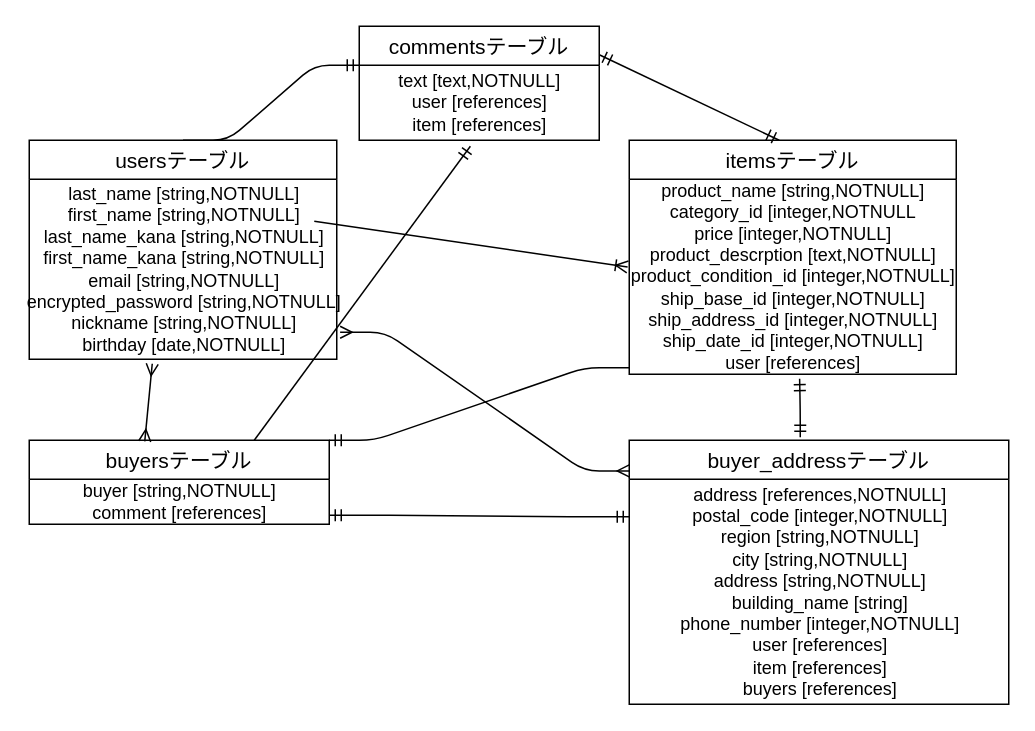
AtsuyaMoritani/furima-35562 keeps this draw.io diagram as config/furima.dio. Above is the earlier version. Source tidied: cells renumbered, new cells numbered last; positions are measured from the earlier drawing's top-left corner, leaving out a move shared by most shapes. Both pictures are drawn from the tidied source at 150%, with x=0, y=0 at pixel (28, 26).
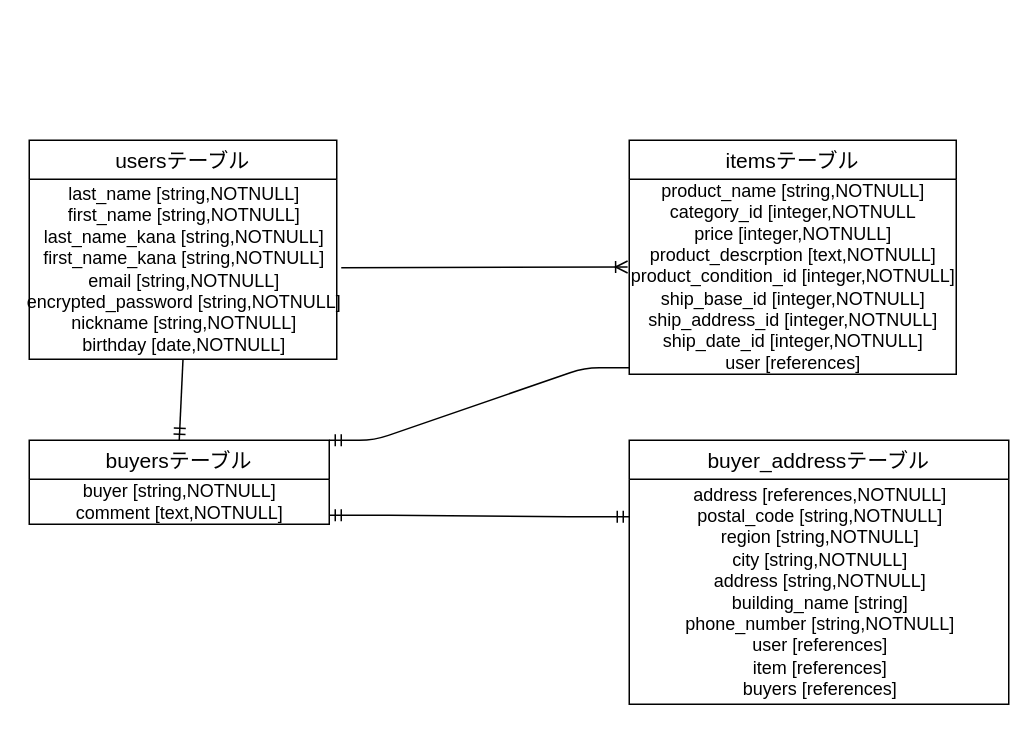
Above is the later version.

The change refers to these unchanged cells:
```xml
<mxCell id="2" value="usersテーブル" style="swimlane;fontStyle=0;horizontal=1;startSize=26;align=center;fontSize=14;" parent="1" vertex="1">
  <mxGeometry y="76" width="205" height="146" as="geometry" />
</mxCell>
<mxCell id="4" value="last_name [string,NOTNULL]&lt;br&gt;first_name [string,NOTNULL]&lt;br&gt;last_name_kana [string,NOTNULL]&lt;br&gt;first_name_kana [string,NOTNULL]&lt;br&gt;email [string,NOTNULL]&lt;br&gt;encrypted_password [string,NOTNULL]&lt;br&gt;nickname [string,NOTNULL]&lt;br&gt;birthday [date,NOTNULL]" style="text;html=1;align=center;verticalAlign=middle;points=[];" parent="2" vertex="1">
  <mxGeometry y="26" width="205" height="120" as="geometry" />
</mxCell>
<mxCell id="6" value="product_name [string,NOTNULL]&lt;br&gt;category_id [integer,NOTNULL&lt;br&gt;price [integer,NOTNULL]&lt;br&gt;product_descrption [text,NOTNULL]&lt;br&gt;product_condition_id [integer,NOTNULL]&lt;br&gt;ship_base_id [integer,NOTNULL]&lt;br&gt;ship_address_id [integer,NOTNULL]&lt;br&gt;ship_date_id [integer,NOTNULL]&lt;br&gt;user [references]" style="text;html=1;align=center;verticalAlign=middle;points=[];" parent="5" vertex="1">
  <mxGeometry y="26" width="218" height="130" as="geometry" />
</mxCell>
<mxCell id="8" value="buyersテーブル" style="swimlane;fontStyle=0;horizontal=1;startSize=26;align=center;fontSize=14;" parent="1" vertex="1">
  <mxGeometry y="276" width="200" height="56" as="geometry" />
</mxCell>
<mxCell id="10" value="buyer_addressテーブル" style="swimlane;fontStyle=0;horizontal=1;startSize=26;align=center;fontSize=14;" parent="1" vertex="1">
  <mxGeometry x="400" y="276" width="253" height="176" as="geometry" />
</mxCell>
```

What changed in the source:
```diff
@@
-    <mxCell id="3" style="edgeStyle=entityRelationEdgeStyle;fontSize=12;html=1;endArrow=ERmandOne;exitX=0.5;exitY=0;exitDx=0;exitDy=0;" parent="2" edge="1" source="2">
-      <mxGeometry relative="1" as="geometry">
-        <mxPoint x="220" y="-50" as="targetPoint" />
-      </mxGeometry>
-    </mxCell>
@@
     <mxCell id="7" style="fontSize=12;html=1;endArrow=ERoneToMany;entryX=-0.005;entryY=0.45;entryDx=0;entryDy=0;entryPerimeter=0;" parent="1" edge="1" target="6">
       <mxGeometry relative="1" as="geometry">
-        <mxPoint x="190" y="130" as="sourcePoint" />
+        <mxPoint x="208" y="161" as="sourcePoint" />
       </mxGeometry>
     </mxCell>
@@
-    <mxCell id="9" value="buyer [string,NOTNULL]&lt;br&gt;comment [references]" style="text;html=1;align=center;verticalAlign=middle;" parent="8" vertex="1">
+    <mxCell id="9" value="buyer [string,NOTNULL]&lt;br&gt;comment [text,NOTNULL]" style="text;html=1;align=center;verticalAlign=middle;" parent="8" vertex="1">
       <mxGeometry y="26" width="200" height="30" as="geometry" />
     </mxCell>
@@
-    <mxCell id="11" value="address [references,NOTNULL]&lt;br&gt;postal_code [integer,NOTNULL]&lt;br&gt;region [string,NOTNULL]&lt;br&gt;city [string,NOTNULL]&lt;br&gt;address [string,NOTNULL]&lt;br&gt;building_name [string]&lt;br&gt;phone_number [integer,NOTNULL]&lt;br&gt;user [references]&lt;br&gt;item [references]&lt;br&gt;buyers [references]" style="text;html=1;align=center;verticalAlign=middle;" parent="10" vertex="1">
+    <mxCell id="11" value="address [references,NOTNULL]&lt;br&gt;postal_code [string,NOTNULL]&lt;br&gt;region [string,NOTNULL]&lt;br&gt;city [string,NOTNULL]&lt;br&gt;address [string,NOTNULL]&lt;br&gt;building_name [string]&lt;br&gt;phone_number [string,NOTNULL]&lt;br&gt;user [references]&lt;br&gt;item [references]&lt;br&gt;buyers [references]" style="text;html=1;align=center;verticalAlign=middle;" parent="10" vertex="1">
       <mxGeometry y="26" width="253" height="150" as="geometry" />
     </mxCell>
@@
-    <mxCell id="14" style="fontSize=12;html=1;endArrow=ERmany;startArrow=ERmany;entryX=0.4;entryY=1.025;entryDx=0;entryDy=0;entryPerimeter=0;exitX=0.385;exitY=0.013;exitDx=0;exitDy=0;exitPerimeter=0;" parent="1" edge="1" source="8" target="4">
-      <mxGeometry relative="1" as="geometry" />
-    </mxCell>
-    <mxCell id="15" style="edgeStyle=entityRelationEdgeStyle;fontSize=12;html=1;endArrow=ERmany;startArrow=ERmany;entryX=1.011;entryY=0.85;entryDx=0;entryDy=0;entryPerimeter=0;exitX=0;exitY=0.116;exitDx=0;exitDy=0;exitPerimeter=0;" parent="1" edge="1" source="10" target="4">
-      <mxGeometry relative="1" as="geometry" />
-    </mxCell>
-    <mxCell id="16" value="commentsテーブル" style="swimlane;fontStyle=0;horizontal=1;startSize=26;align=center;fontSize=14;" parent="1" vertex="1">
-      <mxGeometry x="220" width="160" height="76" as="geometry" />
-    </mxCell>
-    <mxCell id="17" value="text [text,NOTNULL]&lt;br&gt;user [references]&lt;br&gt;item [references]" style="text;html=1;align=center;verticalAlign=middle;points=[];" parent="16" vertex="1">
-      <mxGeometry y="26" width="160" height="50" as="geometry" />
-    </mxCell>
-    <mxCell id="18" style="fontSize=12;html=1;endArrow=ERmandOne;exitX=0.75;exitY=0;exitDx=0;exitDy=0;entryX=0.463;entryY=1.08;entryDx=0;entryDy=0;entryPerimeter=0;" parent="1" edge="1" source="8" target="17">
-      <mxGeometry relative="1" as="geometry" />
-    </mxCell>
-    <mxCell id="19" style="fontSize=12;html=1;endArrow=ERmandOne;startArrow=ERmandOne;entryX=1;entryY=0.25;entryDx=0;entryDy=0;" parent="1" edge="1" target="16">
-      <mxGeometry relative="1" as="geometry">
-        <mxPoint x="500" y="76" as="sourcePoint" />
-      </mxGeometry>
-    </mxCell>
-    <mxCell id="20" style="fontSize=12;html=1;endArrow=ERmandOne;startArrow=ERmandOne;entryX=0.521;entryY=1.023;entryDx=0;entryDy=0;entryPerimeter=0;" parent="1" edge="1" target="6">
-      <mxGeometry relative="1" as="geometry">
-        <mxPoint x="514" y="274" as="sourcePoint" />
-        <Array as="points">
-          <mxPoint x="514" y="256" />
-        </Array>
-      </mxGeometry>
-    </mxCell>
+    <mxCell id="21" style="fontSize=12;html=1;endArrow=ERmandOne;exitX=0.5;exitY=1;exitDx=0;exitDy=0;entryX=0.5;entryY=0;entryDx=0;entryDy=0;" parent="1" edge="1" source="2" target="8">
+      <mxGeometry relative="1" as="geometry" />
+    </mxCell>
```
